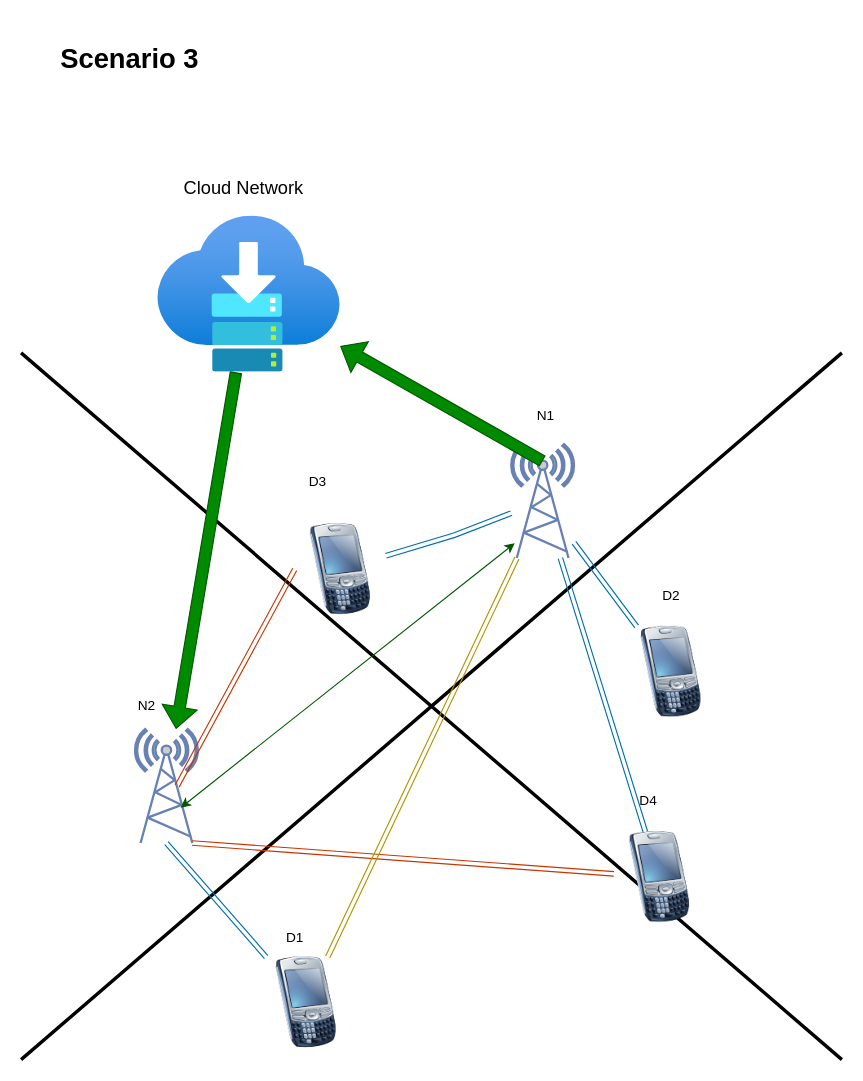
Lawrence-Appiah/Self-DrivingCar keeps this draw.io diagram as t3.drawio. Above is the earlier version. Source tidied: cells renumbered, new cells numbered last; positions are measured from the earlier drawing's top-left corner, leaving out a move shared by most shapes. Both pictures are drawn from the tidied source at 114%, with x=0, y=0 at pixel (21, 19).
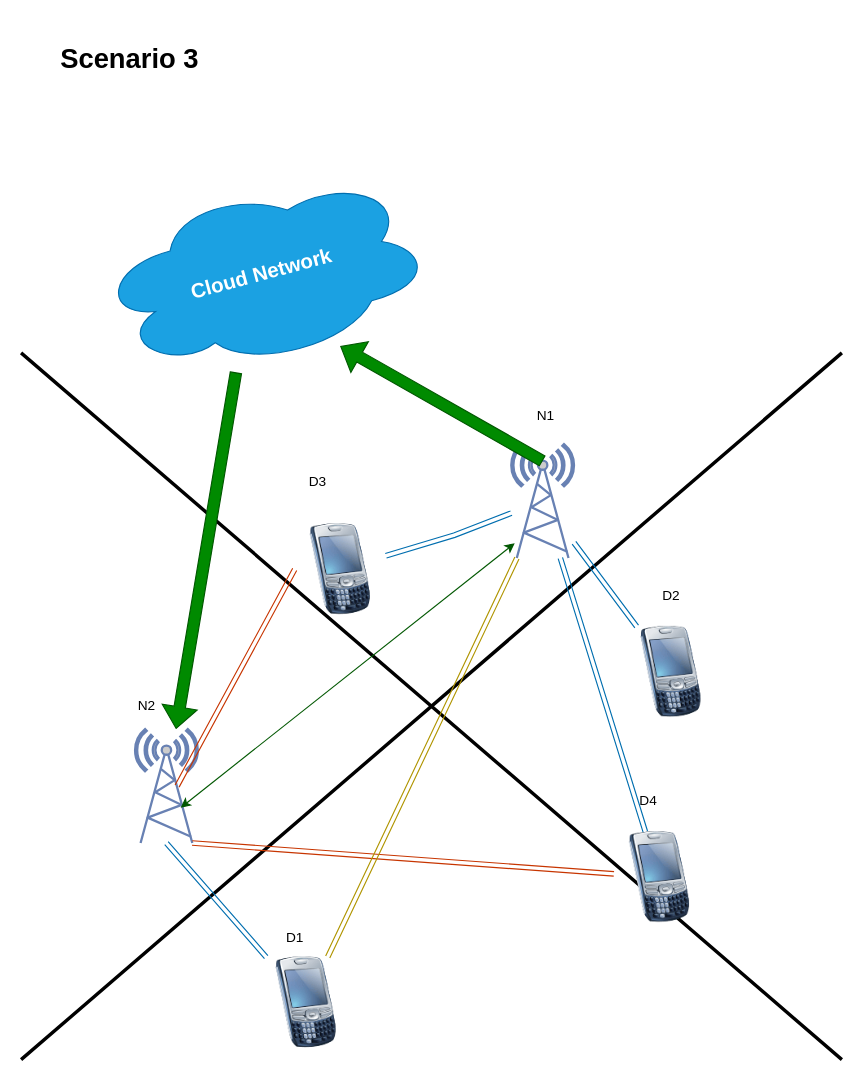
The same diagram, later.

Unchanged cells that the change refers to:
```xml
<mxCell id="3" style="fontColor=#0066CC;verticalAlign=top;verticalLabelPosition=bottom;labelPosition=center;align=center;html=1;outlineConnect=0;fillColor=#CCCCCC;strokeColor=#6881B3;gradientColor=none;gradientDirection=north;strokeWidth=2;shape=mxgraph.networks.radio_tower;" parent="1" vertex="1">
  <mxGeometry x="100" y="622" width="55" height="100" as="geometry" />
</mxCell>
<mxCell id="5" style="fontColor=#0066CC;verticalAlign=top;verticalLabelPosition=bottom;labelPosition=center;align=center;html=1;outlineConnect=0;fillColor=#CCCCCC;strokeColor=#6881B3;gradientColor=none;gradientDirection=north;strokeWidth=2;shape=mxgraph.networks.radio_tower;" parent="1" vertex="1">
  <mxGeometry x="430" y="372" width="55" height="100" as="geometry" />
</mxCell>
```

Change to the diagram source:
```diff
@@
-    <mxCell id="6" style="image;html=1;points=[];align=center;fontSize=12;image=img/lib/azure2/general/Service_Bus.svg;" parent="1" vertex="1">
-      <mxGeometry x="120" y="172" width="160" height="137.1" as="geometry" />
-    </mxCell>
-    <mxCell id="7" style="rounded=0;jettySize=auto;html=1;fillColor=#008a00;strokeColor=#005700;flowAnimation=1;exitX=0.5;exitY=0.15;exitDx=0;exitDy=0;exitPerimeter=0;shape=flexArrow;" parent="1" edge="1" source="5" target="6">
-      <mxGeometry relative="1" as="geometry" />
+    <mxCell id="7" style="rounded=0;jettySize=auto;html=1;fillColor=#008a00;strokeColor=#005700;flowAnimation=1;exitX=0.5;exitY=0.15;exitDx=0;exitDy=0;exitPerimeter=0;shape=flexArrow;" parent="1" edge="1" source="5">
+      <mxGeometry relative="1" as="geometry">
+        <mxPoint x="280" y="286.1" as="targetPoint" />
+      </mxGeometry>
     </mxCell>
-    <mxCell id="8" style="rounded=0;jettySize=auto;html=1;fillColor=#008a00;strokeColor=#005700;flowAnimation=1;shape=flexArrow;" parent="1" edge="1" source="6" target="3">
-      <mxGeometry relative="1" as="geometry" />
+    <mxCell id="8" style="rounded=0;jettySize=auto;html=1;fillColor=#008a00;strokeColor=#005700;flowAnimation=1;shape=flexArrow;" parent="1" edge="1" target="3">
+      <mxGeometry relative="1" as="geometry">
+        <mxPoint x="188.5" y="309.1" as="sourcePoint" />
+      </mxGeometry>
     </mxCell>
@@
+    <mxCell id="27" style="endArrow=classic;startArrow=classic;html=1;rounded=0;fontSize=12;curved=1;exitX=0.727;exitY=0.69;exitDx=0;exitDy=0;exitPerimeter=0;entryX=0.055;entryY=0.87;entryDx=0;entryDy=0;entryPerimeter=0;flowAnimation=1;fillColor=#008a00;strokeColor=#005700;" parent="1" edge="1" source="3" target="5">
+      <mxGeometry relative="1" as="geometry" />
+    </mxCell>
-    <mxCell id="26" value="Cloud Network" style="text;html=1;align=center;verticalAlign=middle;strokeColor=none;fillColor=none;fontSize=16;" parent="1" vertex="1">
-      <mxGeometry x="130" y="132" width="130" height="30" as="geometry" />
+    <mxCell id="26" value="&lt;h2 style=&quot;border-color: var(--border-color);&quot;&gt;Cloud Network&lt;/h2&gt;" style="ellipse;shape=cloud;whiteSpace=wrap;html=1;fillColor=#1ba1e2;fontColor=#ffffff;strokeColor=#006EAF;rotation=-15;" parent="1" vertex="1">
+      <mxGeometry x="66.1" y="142.5" width="290" height="160" as="geometry" />
     </mxCell>
-    <mxCell id="27" style="endArrow=classic;startArrow=classic;html=1;rounded=0;fontSize=12;curved=1;exitX=0.727;exitY=0.69;exitDx=0;exitDy=0;exitPerimeter=0;entryX=0.055;entryY=0.87;entryDx=0;entryDy=0;entryPerimeter=0;flowAnimation=1;fillColor=#008a00;strokeColor=#005700;" parent="1" edge="1" source="3" target="5">
-      <mxGeometry relative="1" as="geometry" />
-    </mxCell>
```
